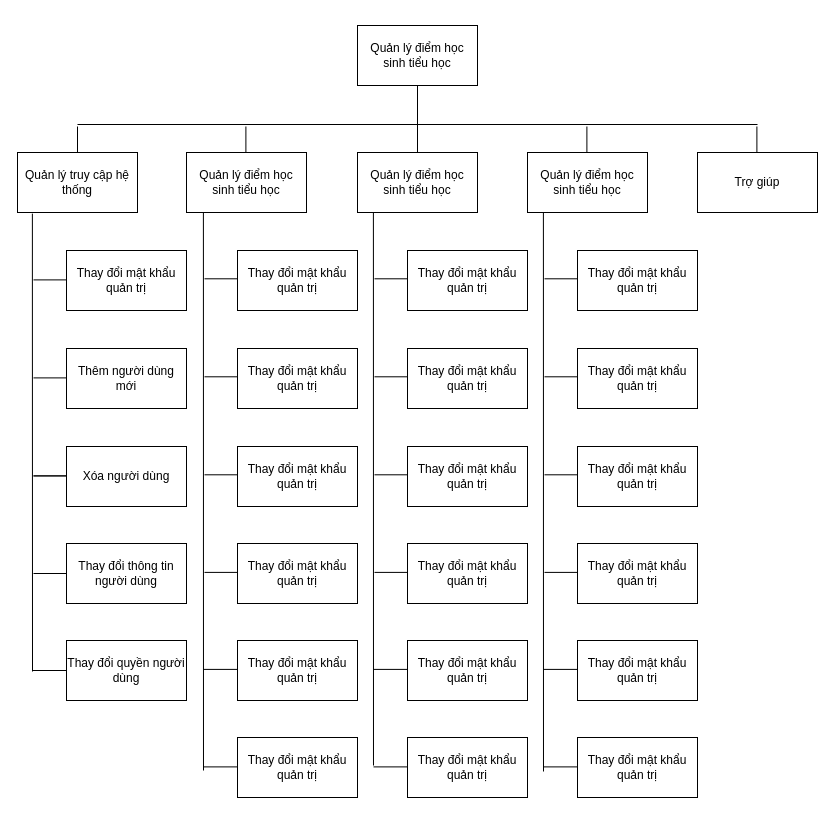
This is 4.4.1.drawio from TLGKien/graph, a draw.io file, before an edit. Source tidied: cells renumbered, new cells numbered last; positions are measured from the earlier drawing's top-left corner, leaving out a move shared by most shapes. Both pictures are drawn from the tidied source at 100%, with x=0, y=0 at pixel (17, 25).
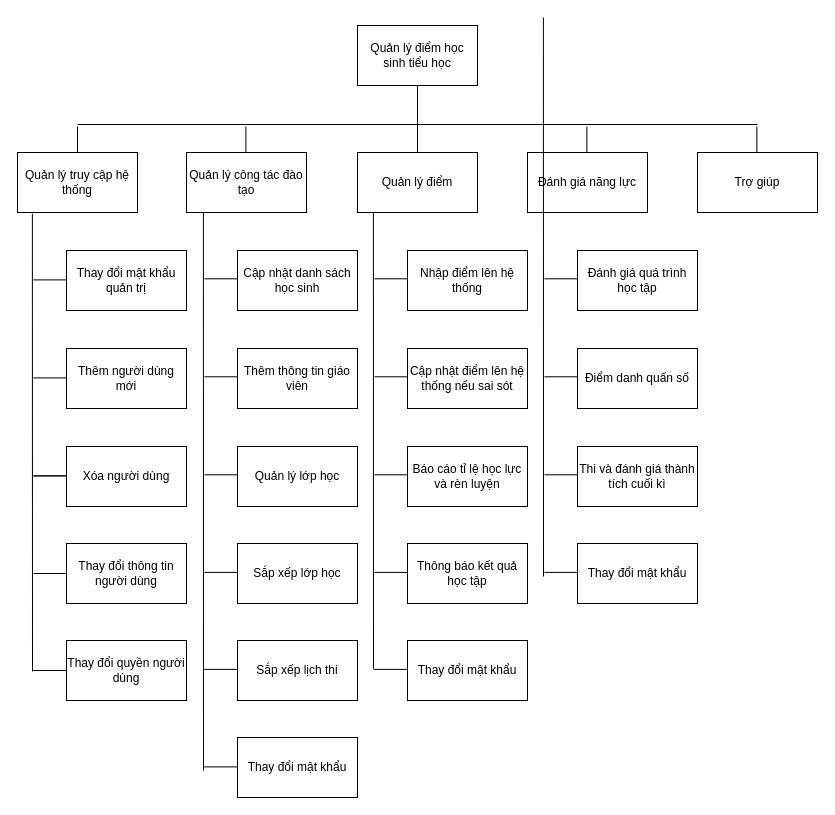
After the change.

Diff of the diagram source:
```diff
@@
-    <mxCell id="4" value="Quản lý điểm học sinh tiểu học" style="rounded=0;whiteSpace=wrap;html=1;" parent="1" vertex="1">
+    <mxCell id="4" value="Quản lý công tác đào tạo" style="rounded=0;whiteSpace=wrap;html=1;" parent="1" vertex="1">
       <mxGeometry x="169" y="127" width="120" height="60" as="geometry" />
     </mxCell>
-    <mxCell id="5" value="Quản lý điểm học sinh tiểu học" style="rounded=0;whiteSpace=wrap;html=1;" parent="1" vertex="1">
+    <mxCell id="5" value="Quản lý điểm" style="rounded=0;whiteSpace=wrap;html=1;" parent="1" vertex="1">
       <mxGeometry x="340" y="127" width="120" height="60" as="geometry" />
     </mxCell>
-    <mxCell id="6" value="Quản lý điểm học sinh tiểu học" style="rounded=0;whiteSpace=wrap;html=1;" parent="1" vertex="1">
+    <mxCell id="6" value="Đánh giá năng lực" style="rounded=0;whiteSpace=wrap;html=1;" parent="1" vertex="1">
       <mxGeometry x="510" y="127" width="120" height="60" as="geometry" />
     </mxCell>
@@
-    <mxCell id="26" value="Thay đổi mật khẩu quản trị" style="rounded=0;whiteSpace=wrap;html=1;" parent="1" vertex="1">
+    <mxCell id="26" value="Cập nhật danh sách học sinh" style="rounded=0;whiteSpace=wrap;html=1;" parent="1" vertex="1">
       <mxGeometry x="220" y="225" width="120" height="60" as="geometry" />
     </mxCell>
-    <mxCell id="27" value="Thay đổi mật khẩu quản trị" style="rounded=0;whiteSpace=wrap;html=1;" parent="1" vertex="1">
+    <mxCell id="27" value="Thêm thông tin giáo viên" style="rounded=0;whiteSpace=wrap;html=1;" parent="1" vertex="1">
       <mxGeometry x="220" y="323" width="120" height="60" as="geometry" />
     </mxCell>
-    <mxCell id="28" value="Thay đổi mật khẩu quản trị" style="rounded=0;whiteSpace=wrap;html=1;" parent="1" vertex="1">
+    <mxCell id="28" value="Quản lý lớp học" style="rounded=0;whiteSpace=wrap;html=1;" parent="1" vertex="1">
       <mxGeometry x="220" y="421" width="120" height="60" as="geometry" />
     </mxCell>
-    <mxCell id="29" value="Thay đổi mật khẩu quản trị" style="rounded=0;whiteSpace=wrap;html=1;" parent="1" vertex="1">
+    <mxCell id="29" value="Sắp xếp lớp học" style="rounded=0;whiteSpace=wrap;html=1;" parent="1" vertex="1">
       <mxGeometry x="220" y="518" width="120" height="60" as="geometry" />
     </mxCell>
-    <mxCell id="30" value="Thay đổi mật khẩu quản trị" style="rounded=0;whiteSpace=wrap;html=1;" parent="1" vertex="1">
+    <mxCell id="30" value="Sắp xếp lịch thi" style="rounded=0;whiteSpace=wrap;html=1;" parent="1" vertex="1">
       <mxGeometry x="220" y="615" width="120" height="60" as="geometry" />
     </mxCell>
-    <mxCell id="31" value="Thay đổi mật khẩu quản trị" style="rounded=0;whiteSpace=wrap;html=1;" parent="1" vertex="1">
+    <mxCell id="31" value="Thay đổi mật khẩu" style="rounded=0;whiteSpace=wrap;html=1;" parent="1" vertex="1">
       <mxGeometry x="220" y="712" width="120" height="60" as="geometry" />
     </mxCell>
-    <mxCell id="32" value="Thay đổi mật khẩu quản trị" style="rounded=0;whiteSpace=wrap;html=1;" parent="1" vertex="1">
+    <mxCell id="32" value="Nhập điểm lên hệ thống" style="rounded=0;whiteSpace=wrap;html=1;" parent="1" vertex="1">
       <mxGeometry x="390" y="225" width="120" height="60" as="geometry" />
     </mxCell>
-    <mxCell id="33" value="Thay đổi mật khẩu quản trị" style="rounded=0;whiteSpace=wrap;html=1;" parent="1" vertex="1">
+    <mxCell id="33" value="Cập nhật điểm lên hệ thống nếu sai sót" style="rounded=0;whiteSpace=wrap;html=1;" parent="1" vertex="1">
       <mxGeometry x="390" y="323" width="120" height="60" as="geometry" />
     </mxCell>
-    <mxCell id="34" value="Thay đổi mật khẩu quản trị" style="rounded=0;whiteSpace=wrap;html=1;" parent="1" vertex="1">
+    <mxCell id="34" value="Báo cáo tỉ lệ học lực và rèn luyện" style="rounded=0;whiteSpace=wrap;html=1;" parent="1" vertex="1">
       <mxGeometry x="390" y="421" width="120" height="60" as="geometry" />
     </mxCell>
-    <mxCell id="35" value="Thay đổi mật khẩu quản trị" style="rounded=0;whiteSpace=wrap;html=1;" parent="1" vertex="1">
+    <mxCell id="35" value="Thông báo kết quả học tập" style="rounded=0;whiteSpace=wrap;html=1;" parent="1" vertex="1">
       <mxGeometry x="390" y="518" width="120" height="60" as="geometry" />
     </mxCell>
-    <mxCell id="36" value="Thay đổi mật khẩu quản trị" style="rounded=0;whiteSpace=wrap;html=1;" parent="1" vertex="1">
+    <mxCell id="36" value="&lt;span&gt;Thay đổi mật khẩu&lt;/span&gt;" style="rounded=0;whiteSpace=wrap;html=1;" parent="1" vertex="1">
       <mxGeometry x="390" y="615" width="120" height="60" as="geometry" />
     </mxCell>
-    <mxCell id="37" value="Thay đổi mật khẩu quản trị" style="rounded=0;whiteSpace=wrap;html=1;" parent="1" vertex="1">
-      <mxGeometry x="390" y="712" width="120" height="60" as="geometry" />
-    </mxCell>
-    <mxCell id="38" value="Thay đổi mật khẩu quản trị" style="rounded=0;whiteSpace=wrap;html=1;" parent="1" vertex="1">
+    <mxCell id="38" value="Đánh giá quá trình học tập" style="rounded=0;whiteSpace=wrap;html=1;" parent="1" vertex="1">
       <mxGeometry x="560" y="225" width="120" height="60" as="geometry" />
     </mxCell>
-    <mxCell id="39" value="Thay đổi mật khẩu quản trị" style="rounded=0;whiteSpace=wrap;html=1;" parent="1" vertex="1">
+    <mxCell id="39" value="Điểm danh quấn số" style="rounded=0;whiteSpace=wrap;html=1;" parent="1" vertex="1">
       <mxGeometry x="560" y="323" width="120" height="60" as="geometry" />
     </mxCell>
-    <mxCell id="40" value="Thay đổi mật khẩu quản trị" style="rounded=0;whiteSpace=wrap;html=1;" parent="1" vertex="1">
+    <mxCell id="40" value="Thi và đánh giá thành tích cuối kì" style="rounded=0;whiteSpace=wrap;html=1;" parent="1" vertex="1">
       <mxGeometry x="560" y="421" width="120" height="60" as="geometry" />
     </mxCell>
-    <mxCell id="41" value="Thay đổi mật khẩu quản trị" style="rounded=0;whiteSpace=wrap;html=1;" parent="1" vertex="1">
-      <mxGeometry x="560" y="518" width="120" height="60" as="geometry" />
-    </mxCell>
-    <mxCell id="42" value="Thay đổi mật khẩu quản trị" style="rounded=0;whiteSpace=wrap;html=1;" parent="1" vertex="1">
-      <mxGeometry x="560" y="615" width="120" height="60" as="geometry" />
-    </mxCell>
-    <mxCell id="43" value="Thay đổi mật khẩu quản trị" style="rounded=0;whiteSpace=wrap;html=1;" parent="1" vertex="1">
-      <mxGeometry x="560" y="712" width="120" height="60" as="geometry" />
+    <mxCell id="43" value="Thay đổi mật khẩu" style="rounded=0;whiteSpace=wrap;html=1;" parent="1" vertex="1">
+      <mxGeometry x="560" y="518" width="120" height="60" as="geometry" />
     </mxCell>
@@
     <mxCell id="50" style="endArrow=none;html=1;entryX=0.124;entryY=1.019;entryDx=0;entryDy=0;entryPerimeter=0;" parent="1" edge="1">
       <mxGeometry relative="1" as="geometry">
-        <mxPoint x="356" y="740" as="sourcePoint" />
+        <mxPoint x="356" y="643" as="sourcePoint" />
         <mxPoint x="355.9" y="187" as="targetPoint" />
       </mxGeometry>
     </mxCell>
@@
     <mxCell id="56" style="endArrow=none;html=1;entryX=0.124;entryY=1.019;entryDx=0;entryDy=0;entryPerimeter=0;" parent="1" edge="1">
       <mxGeometry relative="1" as="geometry">
-        <mxPoint x="526" y="746" as="sourcePoint" />
-        <mxPoint x="525.9" y="187" as="targetPoint" />
+        <mxPoint x="526" y="551" as="sourcePoint" />
+        <mxPoint x="525.9" y="-8" as="targetPoint" />
       </mxGeometry>
     </mxCell>
-    <mxCell id="57" style="endArrow=none;html=1;exitX=0;exitY=0.5;exitDx=0;exitDy=0;" parent="1" edge="1">
-      <mxGeometry relative="1" as="geometry">
-        <mxPoint x="560" y="643.9" as="sourcePoint" />
-        <mxPoint x="526" y="643.9" as="targetPoint" />
-      </mxGeometry>
-    </mxCell>
@@
-    <mxCell id="63" style="endArrow=none;html=1;exitX=0;exitY=0.5;exitDx=0;exitDy=0;" parent="1" edge="1">
-      <mxGeometry relative="1" as="geometry">
-        <mxPoint x="390" y="741.4" as="sourcePoint" />
-        <mxPoint x="356" y="741.4" as="targetPoint" />
-      </mxGeometry>
-    </mxCell>
-    <mxCell id="64" style="endArrow=none;html=1;exitX=0;exitY=0.5;exitDx=0;exitDy=0;" parent="1" edge="1">
-      <mxGeometry relative="1" as="geometry">
-        <mxPoint x="560" y="741.4" as="sourcePoint" />
-        <mxPoint x="526" y="741.4" as="targetPoint" />
-      </mxGeometry>
-    </mxCell>
```
